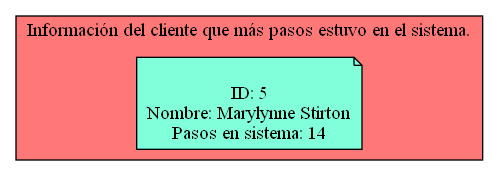
Earlier version of the Graphviz export Simple_Clients_Served_Report.png (Serch-ING/EDD_UDRAWING_202000119). Its source is kept beside it as Simple_Clients_Served_Report.dot.
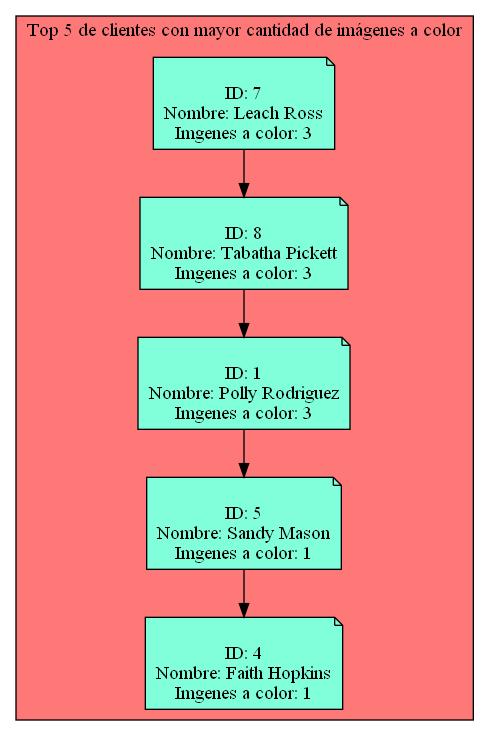
After the change.

The edit, as a diff of the source:
```diff
@@ -1,10 +1,30 @@
 digraph L {
 node[shape=note fillcolor="#A181FF" style =filled]
 subgraph cluster_p{
-    label= "Información del cliente que más pasos estuvo en el sistema."
+    label= "Top 5 de clientes con mayor cantidad de imágenes a color"
     bgcolor = "#FF7878"
-Nodo1337335626[label="
+Nodo331994761[label="
+ID: 7
+Nombre: Leach Ross
+Imgenes a color: 3",fillcolor="#81FFDA"]
+Nodo928294079[label="
+ID: 8
+Nombre: Tabatha Pickett
+Imgenes a color: 3",fillcolor="#81FFDA"]
+Nodo1647809929[label="
+ID: 1
+Nombre: Polly Rodriguez
+Imgenes a color: 3",fillcolor="#81FFDA"]
+Nodo1258084361[label="
 ID: 5
-Nombre: Marylynne Stirton
-Pasos en sistema: 14",fillcolor="#81FFDA"]
+Nombre: Sandy Mason
+Imgenes a color: 1",fillcolor="#81FFDA"]
+Nodo391914049[label="
+ID: 4
+Nombre: Faith Hopkins
+Imgenes a color: 1",fillcolor="#81FFDA"]
+Nodo331994761 -> Nodo928294079
+Nodo928294079 -> Nodo1647809929
+Nodo1647809929 -> Nodo1258084361
+Nodo1258084361 -> Nodo391914049
 }}
```
